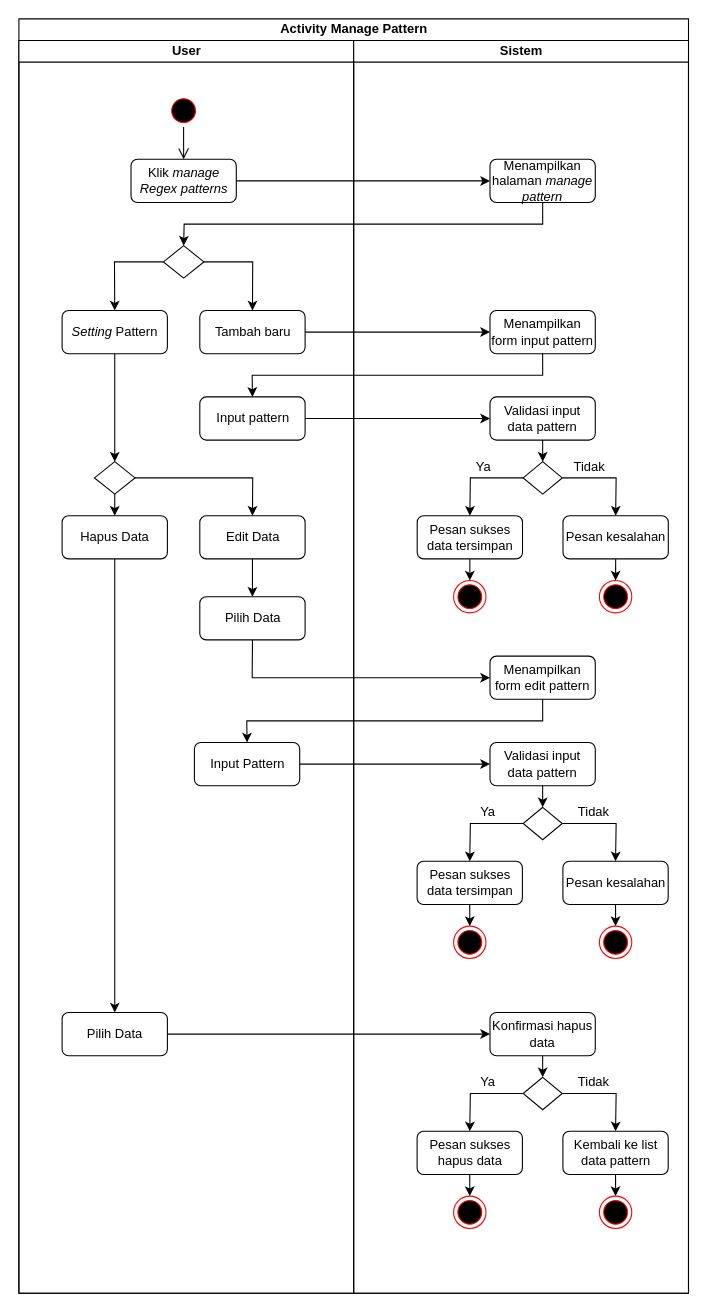
Earlier version of the draw.io diagram page "Activity Diagram - Manage Pattern" (4 of 8) of Cara Kerja Aplikasi TA.drawio (zelsaddr/All-Diagrams). Source tidied: cells renumbered, new cells numbered last; positions are measured from the earlier drawing's top-left corner, leaving out a move shared by most shapes. Both pictures are drawn from the tidied source at 108%, with x=0, y=0 at pixel (18, 18).
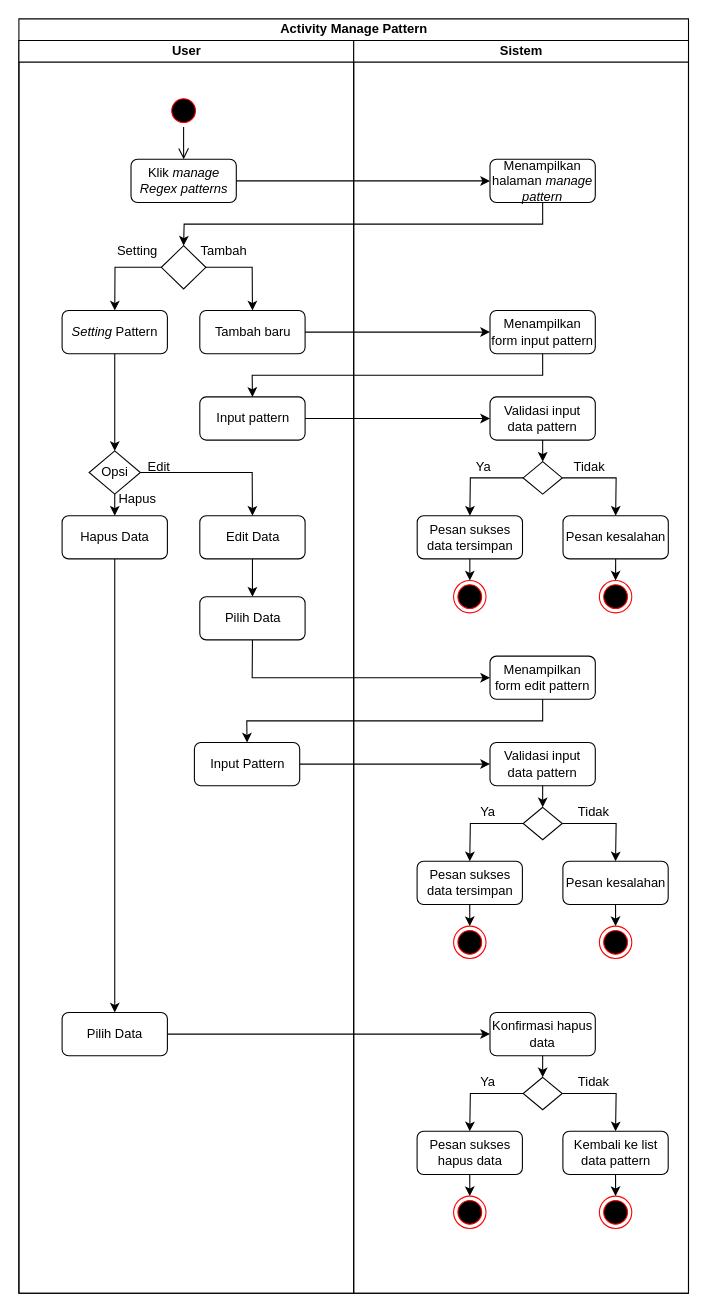
Above is the later version.

Unchanged cells that the change refers to:
```xml
<mxCell id="3" value="User" style="swimlane;startSize=20;html=1;" parent="2" vertex="1">
  <mxGeometry y="20" width="310" height="1160" as="geometry" />
</mxCell>
<mxCell id="7" value="&lt;i&gt;Setting &lt;/i&gt;Pattern" style="rounded=1;whiteSpace=wrap;html=1;" parent="3" vertex="1">
  <mxGeometry x="40" y="250" width="97.5" height="40" as="geometry" />
</mxCell>
<mxCell id="8" value="Tambah baru" style="rounded=1;whiteSpace=wrap;html=1;" parent="3" vertex="1">
  <mxGeometry x="167.5" y="250" width="97.5" height="40" as="geometry" />
</mxCell>
<mxCell id="12" value="Edit Data" style="rounded=1;whiteSpace=wrap;html=1;" parent="3" vertex="1">
  <mxGeometry x="167.5" y="440" width="97.5" height="40" as="geometry" />
</mxCell>
```

Diff of the diagram source:
```diff
@@
     <mxCell id="6" style="rhombus;whiteSpace=wrap;html=1;" parent="3" vertex="1">
-      <mxGeometry x="133.8" y="190" width="37.5" height="30" as="geometry" />
+      <mxGeometry x="131.9" y="190" width="41.2" height="40" as="geometry" />
     </mxCell>
@@
-    <mxCell id="11" style="rhombus;whiteSpace=wrap;html=1;" parent="3" vertex="1">
-      <mxGeometry x="70" y="390" width="37.5" height="30" as="geometry" />
+    <mxCell id="11" value="Opsi" style="rhombus;whiteSpace=wrap;html=1;" parent="3" vertex="1">
+      <mxGeometry x="65" y="380" width="47.5" height="40" as="geometry" />
     </mxCell>
@@
     <mxCell id="14" style="endArrow=classic;html=1;rounded=0;exitX=0;exitY=0.5;exitDx=0;exitDy=0;entryX=0.5;entryY=0;entryDx=0;entryDy=0;" parent="3" edge="1" source="6" target="7">
       <mxGeometry relative="1" as="geometry">
         <Array as="points">
-          <mxPoint x="88.5" y="205" />
+          <mxPoint x="89" y="210" />
         </Array>
       </mxGeometry>
     </mxCell>
     <mxCell id="15" style="endArrow=classic;html=1;rounded=0;exitX=1;exitY=0.5;exitDx=0;exitDy=0;entryX=0.5;entryY=0;entryDx=0;entryDy=0;" parent="3" edge="1" source="6" target="8">
       <mxGeometry relative="1" as="geometry">
         <Array as="points">
-          <mxPoint x="216.5" y="205" />
+          <mxPoint x="216" y="210" />
         </Array>
       </mxGeometry>
     </mxCell>
@@
     <mxCell id="18" style="endArrow=classic;html=1;rounded=0;exitX=1;exitY=0.5;exitDx=0;exitDy=0;entryX=0.5;entryY=0;entryDx=0;entryDy=0;" parent="3" edge="1" source="11" target="12">
       <mxGeometry relative="1" as="geometry">
         <Array as="points">
-          <mxPoint x="216.5" y="405" />
+          <mxPoint x="216" y="400" />
         </Array>
       </mxGeometry>
     </mxCell>
@@
+    <mxCell id="76" value="Setting" style="text;html=1;strokeColor=none;fillColor=none;align=center;verticalAlign=middle;whiteSpace=wrap;rounded=0;" parent="3" vertex="1">
+      <mxGeometry x="80" y="180" width="60" height="30" as="geometry" />
+    </mxCell>
+    <mxCell id="77" value="Tambah" style="text;html=1;strokeColor=none;fillColor=none;align=center;verticalAlign=middle;whiteSpace=wrap;rounded=0;" parent="3" vertex="1">
+      <mxGeometry x="160" y="180" width="60" height="30" as="geometry" />
+    </mxCell>
+    <mxCell id="78" value="Edit" style="text;html=1;strokeColor=none;fillColor=none;align=center;verticalAlign=middle;whiteSpace=wrap;rounded=0;" parent="3" vertex="1">
+      <mxGeometry x="100" y="380" width="60" height="30" as="geometry" />
+    </mxCell>
+    <mxCell id="79" value="Hapus" style="text;html=1;strokeColor=none;fillColor=none;align=center;verticalAlign=middle;whiteSpace=wrap;rounded=0;" parent="3" vertex="1">
+      <mxGeometry x="80" y="410" width="60" height="30" as="geometry" />
+    </mxCell>
```
